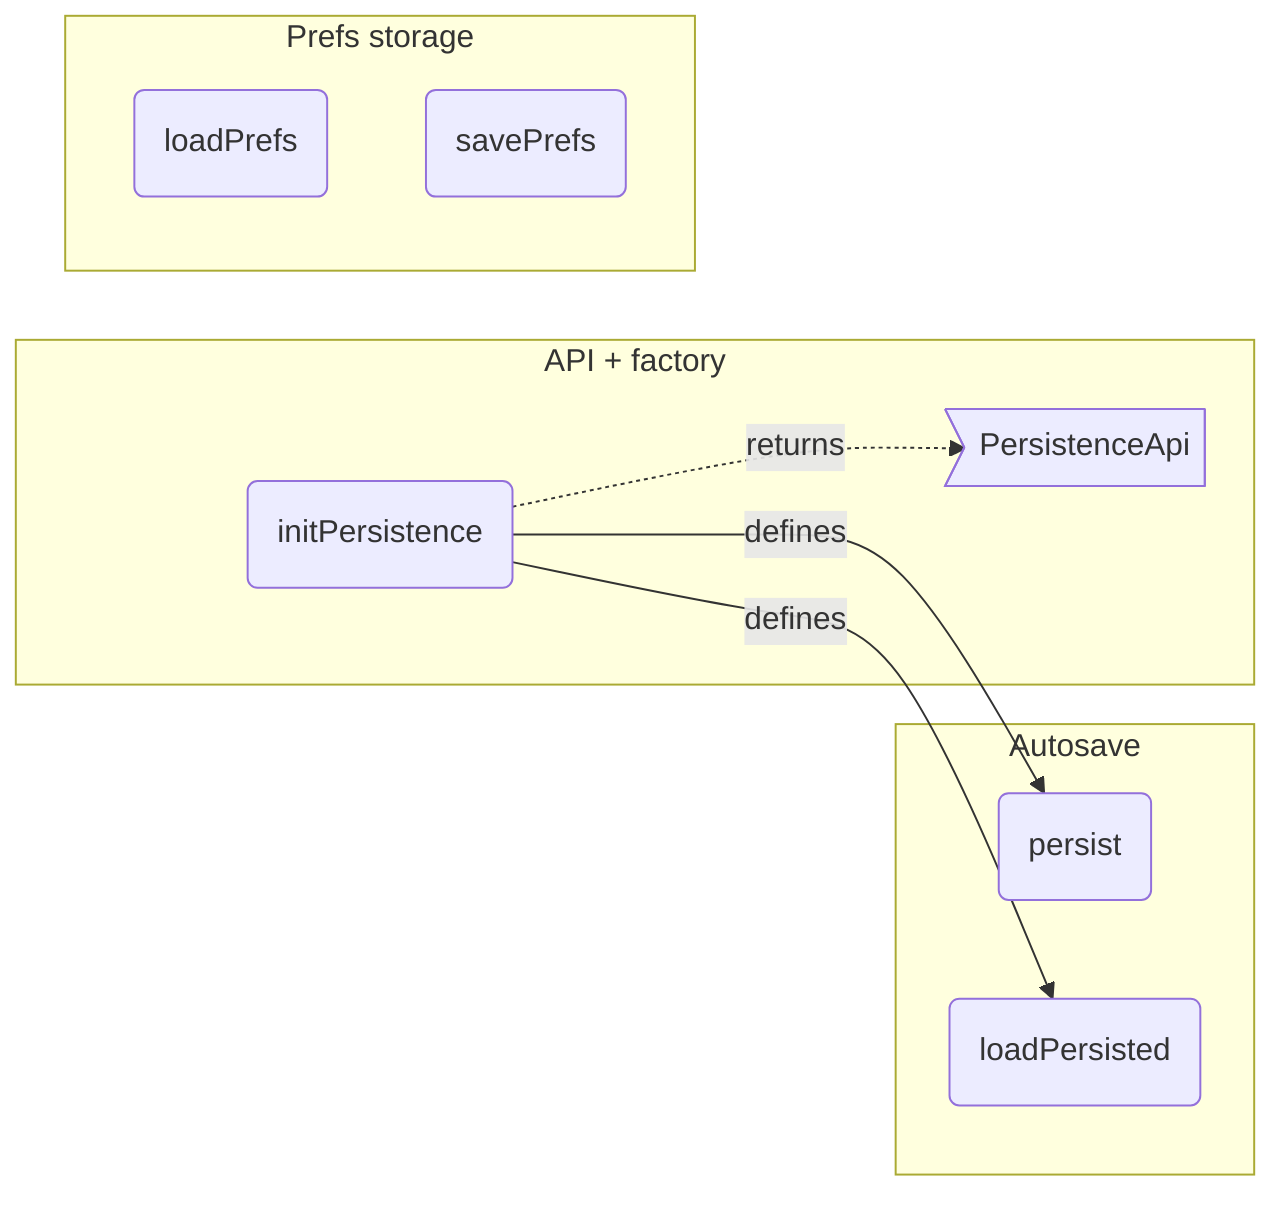
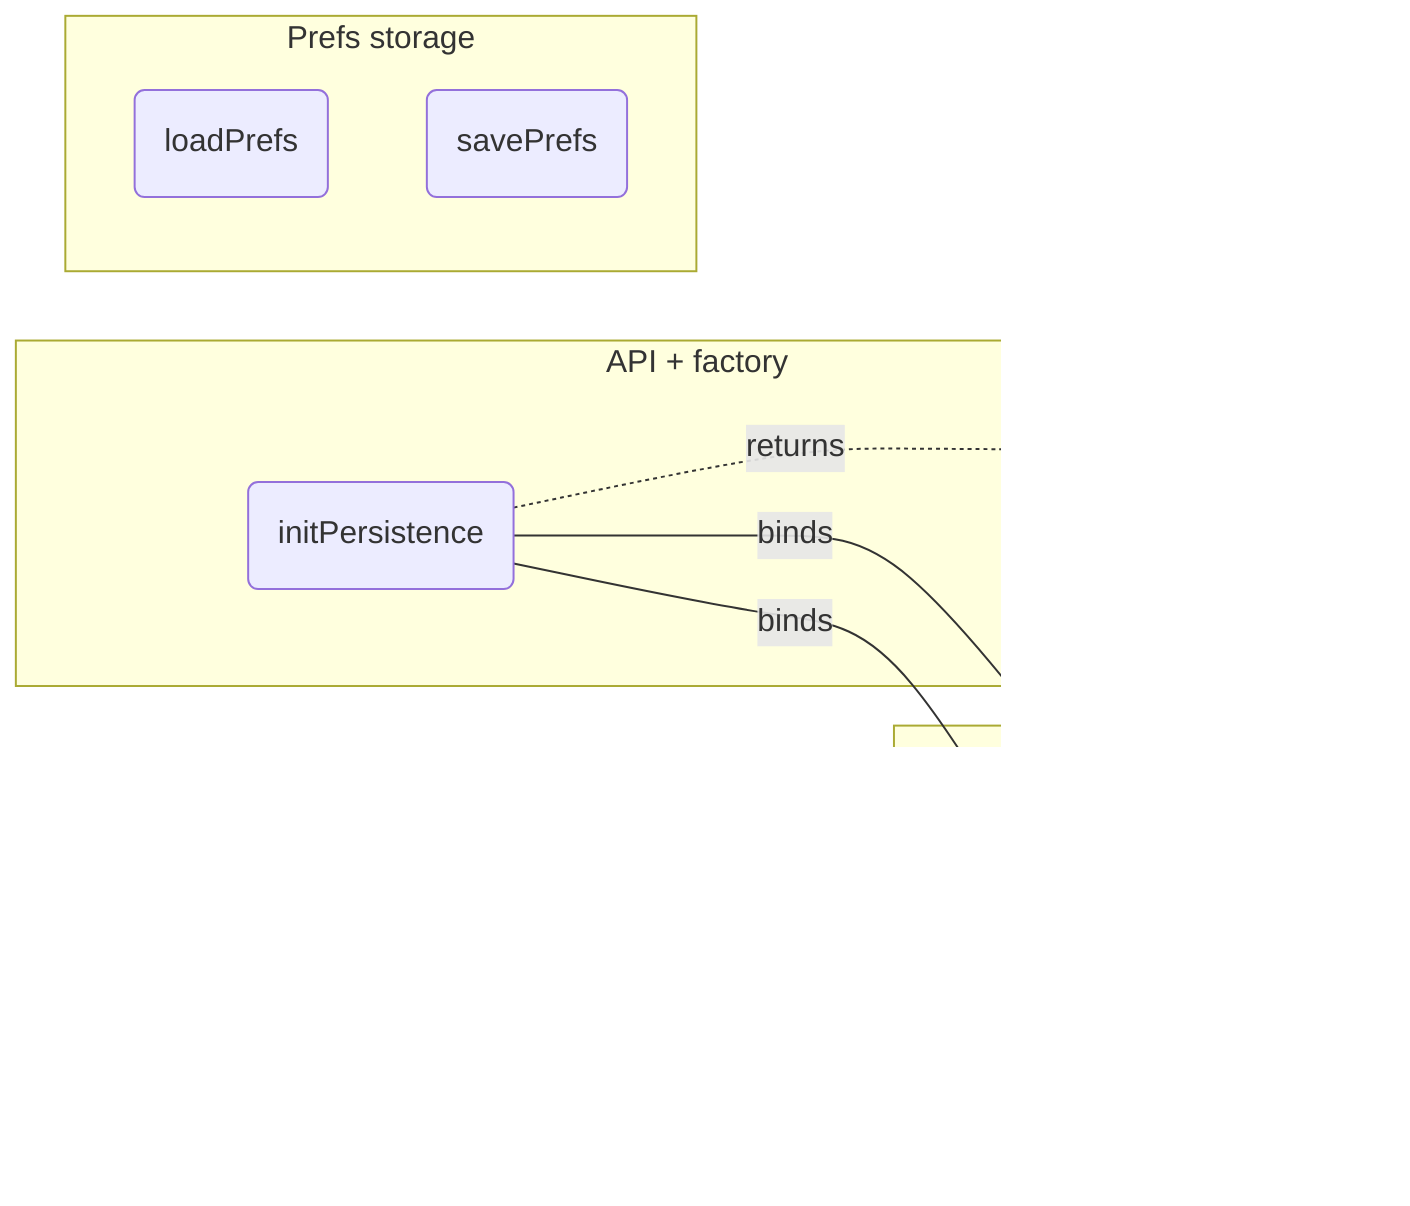
flowchart LR
%% root persistence

%% src PersistenceApi src/core/persistence/persistence.ts#PersistenceApi
%% kind PersistenceApi type
%% fm:meta PersistenceApi name=PersistenceApi
%% fm:meta PersistenceApi desc=public surface: persist (debounced autosave) and loadPersisted (restore)

%% src initPersistence src/core/persistence/persistence.ts#initPersistence
%% kind initPersistence function
%% fm:meta initPersistence name=initPersistence
%% fm:meta initPersistence desc=build the autosave engine bound to ctx state and camera
%% fm:meta initPersistence i0.name=initPersistence
%% fm:meta initPersistence i0.accepts=ctx: AppContext
%% fm:meta initPersistence i0.returns=PersistenceApi

- %% src persist src/core/persistence/persistence.ts#persist
- %% kind persist function
- %% fm:meta persist name=persist
- %% fm:meta persist desc=debounced write of nodes, edges, counters, dir and camera to localStorage
- %% fm:meta persist i0.name=persist
- %% fm:meta persist i0.returns=void
+ %% src schedulePersist src/core/persistence/persistence.ts#schedulePersist
+ %% kind schedulePersist function
+ %% fm:meta schedulePersist name=schedulePersist
+ %% fm:meta schedulePersist desc=debounced write of nodes, edges, counters, dir and camera to localStorage
+ %% fm:meta schedulePersist i0.name=schedulePersist
+ %% fm:meta schedulePersist i0.accepts=state: AppContext['state']
+ %% fm:meta schedulePersist i0.accepts=cam: AppContext['cam']
+ %% fm:meta schedulePersist i0.accepts=timerRef: { id: number | null }
+ %% fm:meta schedulePersist i0.returns=void

- %% src loadPersisted src/core/persistence/persistence.ts#loadPersisted
- %% kind loadPersisted function
- %% fm:meta loadPersisted name=loadPersisted
- %% fm:meta loadPersisted desc=restore the model from localStorage, migrating any legacy frontmatter
- %% fm:meta loadPersisted i0.name=loadPersisted
- %% fm:meta loadPersisted i0.returns=boolean
+ %% src loadPersistedSnapshot src/core/persistence/persistence.ts#loadPersistedSnapshot
+ %% kind loadPersistedSnapshot function
+ %% fm:meta loadPersistedSnapshot name=loadPersistedSnapshot
+ %% fm:meta loadPersistedSnapshot desc=restore the model from localStorage, migrating any legacy frontmatter
+ %% fm:meta loadPersistedSnapshot i0.name=loadPersistedSnapshot
+ %% fm:meta loadPersistedSnapshot i0.accepts=state: AppContext['state']
+ %% fm:meta loadPersistedSnapshot i0.accepts=cam: AppContext['cam']
+ %% fm:meta loadPersistedSnapshot i0.returns=boolean

%% src loadPrefs src/core/persistence/persistence.ts#loadPrefs
%% kind loadPrefs function
%% fm:meta loadPrefs name=loadPrefs
%% fm:meta loadPrefs desc=load persisted prefs over the supplied defaults, migrating the legacy card width
%% fm:meta loadPrefs i0.name=loadPrefs
%% fm:meta loadPrefs i0.accepts=prefs: Prefs
%% fm:meta loadPrefs i0.returns=void

%% src savePrefs src/core/persistence/persistence.ts#savePrefs
%% kind savePrefs function
%% fm:meta savePrefs name=savePrefs
%% fm:meta savePrefs desc=persist the Prefs object to localStorage
%% fm:meta savePrefs i0.name=savePrefs
%% fm:meta savePrefs i0.accepts=prefs: Prefs
%% fm:meta savePrefs i0.returns=void

%% parent p_api persistence
%% parent p_auto persistence
%% parent p_prefs persistence

  subgraph p_api ["API + factory"]
    PersistenceApi>"PersistenceApi"]
    initPersistence("initPersistence")
  end
  subgraph p_auto ["Autosave"]
-     persist("persist")
-     loadPersisted("loadPersisted")
+     schedulePersist("schedulePersist")
+     loadPersistedSnapshot("loadPersistedSnapshot")
  end
  subgraph p_prefs ["Prefs storage"]
    loadPrefs("loadPrefs")
    savePrefs("savePrefs")
  end

-   initPersistence -->|defines| persist
-   initPersistence -->|defines| loadPersisted
+   initPersistence -->|binds| schedulePersist
+   initPersistence -->|binds| loadPersistedSnapshot
  initPersistence -.->|returns| PersistenceApi
